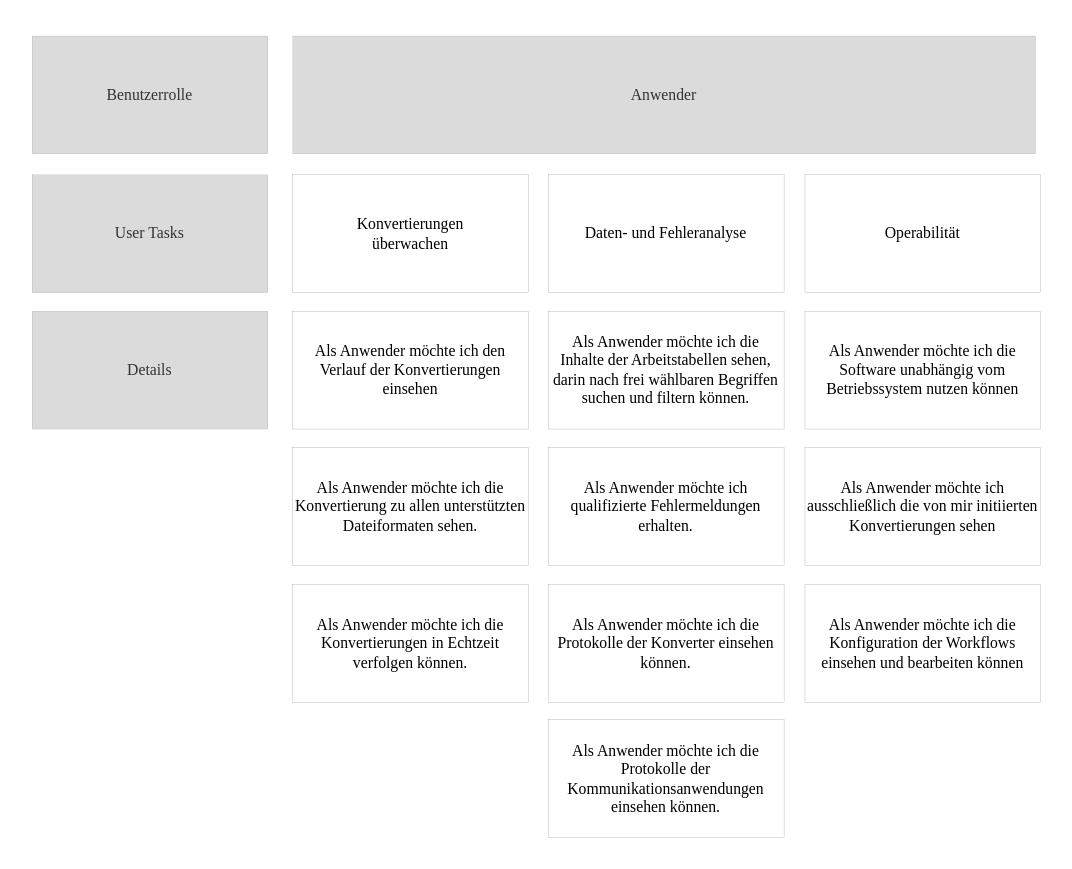
MikeW2022/Praxisprojekt keeps this draw.io diagram as storyMap.drawio. Above is the earlier version. Source tidied: cells renumbered, new cells numbered last; positions are measured from the earlier drawing's top-left corner, leaving out a move shared by most shapes. Both pictures are drawn from the tidied source at 131%, with x=0, y=0 at pixel (31, 35).
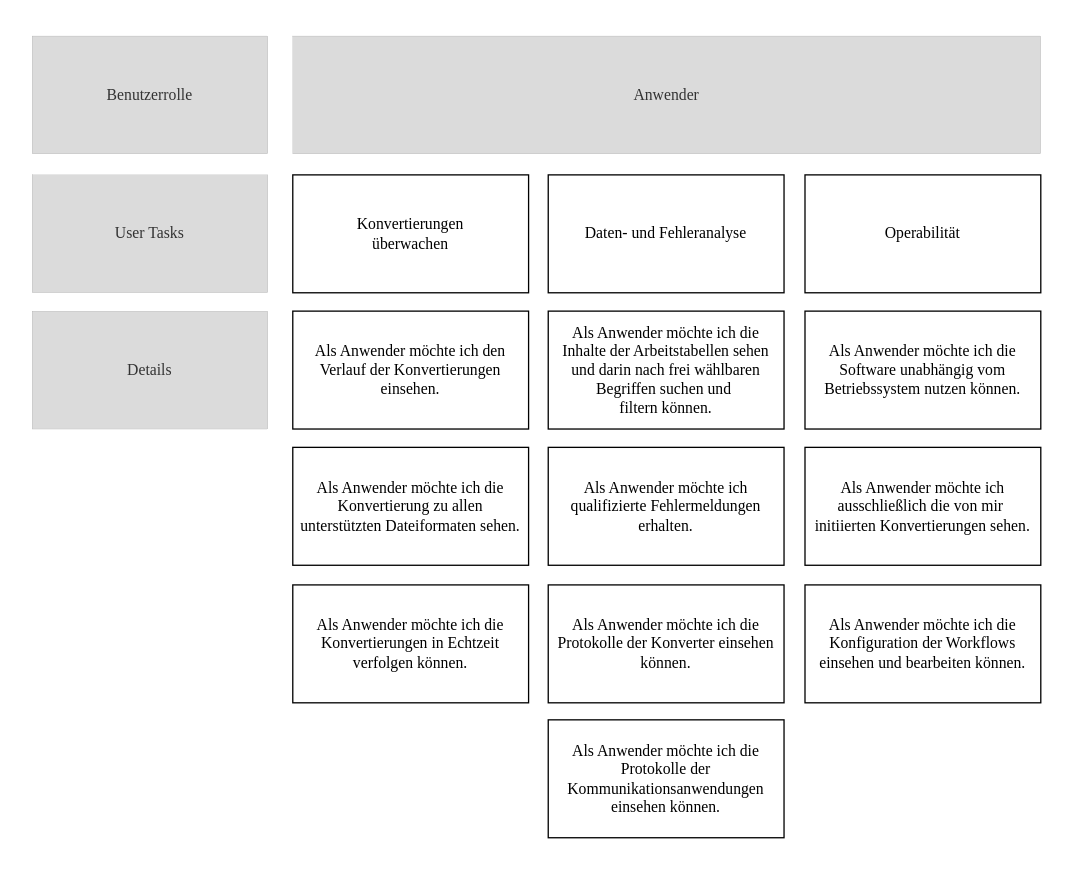
The same diagram, later.

Diff of the diagram source:
```diff
@@
-    <mxCell id="2" value="Benutzerrolle" style="rounded=0;whiteSpace=wrap;html=1;fillColor=#DBDBDB;fontColor=#333333;strokeColor=#666666;fontFamily=Times New Roman;fontSize=12;strokeWidth=0;" parent="1" vertex="1">
+    <mxCell id="2" value="Benutzerrolle" style="rounded=0;whiteSpace=wrap;html=1;fillColor=#DBDBDB;fontColor=#333333;strokeColor=#666666;fontFamily=Times New Roman;fontSize=12;strokeWidth=0;fontStyle=0;" parent="1" vertex="1">
       <mxGeometry width="180" height="90" as="geometry" />
     </mxCell>
-    <mxCell id="3" value="User Tasks" style="rounded=0;whiteSpace=wrap;html=1;fontFamily=Times New Roman;fillColor=#DBDBDB;fontColor=#333333;strokeColor=#666666;fontSize=12;strokeWidth=0;" parent="1" vertex="1">
+    <mxCell id="3" value="User Tasks" style="rounded=0;whiteSpace=wrap;html=1;fontFamily=Times New Roman;fillColor=#DBDBDB;fontColor=#333333;strokeColor=#666666;fontSize=12;strokeWidth=0;fontStyle=0;" parent="1" vertex="1">
       <mxGeometry y="106" width="180" height="90" as="geometry" />
     </mxCell>
-    <mxCell id="4" value="Details" style="rounded=0;whiteSpace=wrap;html=1;fontFamily=Times New Roman;fillColor=#DBDBDB;fontColor=#333333;strokeColor=#666666;fontSize=12;strokeWidth=0;" parent="1" vertex="1">
+    <mxCell id="4" value="Details" style="rounded=0;whiteSpace=wrap;html=1;fontFamily=Times New Roman;fillColor=#DBDBDB;fontColor=#333333;strokeColor=#666666;fontSize=12;strokeWidth=0;fontStyle=0;" parent="1" vertex="1">
       <mxGeometry y="210" width="180" height="90" as="geometry" />
     </mxCell>
-    <mxCell id="5" value="Anwender" style="rounded=0;whiteSpace=wrap;html=1;fillColor=#DBDBDB;fontColor=#333333;strokeColor=#666666;fontFamily=Times New Roman;fontSize=12;strokeWidth=0;" parent="1" vertex="1">
-      <mxGeometry x="199" width="567" height="90" as="geometry" />
+    <mxCell id="5" value="Anwender" style="rounded=0;whiteSpace=wrap;html=1;fillColor=#DBDBDB;fontColor=#333333;strokeColor=#666666;fontFamily=Times New Roman;fontSize=12;strokeWidth=0;fontStyle=0;" parent="1" vertex="1">
+      <mxGeometry x="199" width="571" height="90" as="geometry" />
     </mxCell>
-    <mxCell id="6" value="&lt;p style=&quot;font-size: 12px;&quot;&gt;Konvertierungen&lt;br style=&quot;font-size: 12px;&quot;&gt;&lt;span style=&quot;font-size: 12px;&quot;&gt;überwachen&lt;/span&gt;&lt;/p&gt;" style="rounded=0;whiteSpace=wrap;html=1;fontFamily=Times New Roman;fontSize=12;strokeWidth=0;" parent="1" vertex="1">
+    <mxCell id="6" value="&lt;p style=&quot;font-size: 12px;&quot;&gt;Konvertierungen&lt;br style=&quot;font-size: 12px;&quot;&gt;&lt;span style=&quot;font-size: 12px;&quot;&gt;überwachen&lt;/span&gt;&lt;/p&gt;" style="rounded=0;whiteSpace=wrap;html=1;fontFamily=Times New Roman;fontSize=12;strokeWidth=1;fontStyle=0;" parent="1" vertex="1">
       <mxGeometry x="199" y="106" width="180" height="90" as="geometry" />
     </mxCell>
-    <mxCell id="7" value="&lt;p style=&quot;font-size: 12px;&quot;&gt;Daten- und Fehleranalyse&lt;br style=&quot;font-size: 12px;&quot;&gt;&lt;/p&gt;" style="rounded=0;whiteSpace=wrap;html=1;fontFamily=Times New Roman;fontSize=12;strokeWidth=0;" parent="1" vertex="1">
+    <mxCell id="7" value="&lt;p style=&quot;font-size: 12px;&quot;&gt;Daten- und Fehleranalyse&lt;br style=&quot;font-size: 12px;&quot;&gt;&lt;/p&gt;" style="rounded=0;whiteSpace=wrap;html=1;fontFamily=Times New Roman;fontSize=12;strokeWidth=1;fontStyle=0;" parent="1" vertex="1">
       <mxGeometry x="394" y="106" width="180" height="90" as="geometry" />
     </mxCell>
-    <mxCell id="8" value="&lt;p style=&quot;font-size: 12px;&quot;&gt;Operabilität&lt;br style=&quot;font-size: 12px;&quot;&gt;&lt;/p&gt;" style="rounded=0;whiteSpace=wrap;html=1;fontFamily=Times New Roman;fontSize=12;strokeWidth=0;" parent="1" vertex="1">
+    <mxCell id="8" value="&lt;p style=&quot;font-size: 12px;&quot;&gt;Operabilität&lt;br style=&quot;font-size: 12px;&quot;&gt;&lt;/p&gt;" style="rounded=0;whiteSpace=wrap;html=1;fontFamily=Times New Roman;fontSize=12;strokeWidth=1;fontStyle=0;" parent="1" vertex="1">
       <mxGeometry x="590" y="106" width="180" height="90" as="geometry" />
     </mxCell>
-    <mxCell id="9" value="&lt;p style=&quot;font-size: 12px;&quot;&gt;Als Anwender möchte ich den Verlauf der&amp;nbsp;&lt;span style=&quot;font-size: 12px;&quot;&gt;Konvertierungen einsehen&lt;/span&gt;&lt;/p&gt;" style="rounded=0;whiteSpace=wrap;html=1;fontFamily=Times New Roman;fontSize=12;strokeWidth=0;" parent="1" vertex="1">
+    <mxCell id="9" value="&lt;p style=&quot;font-size: 12px&quot;&gt;Als Anwender möchte ich den Verlauf der&amp;nbsp;&lt;span style=&quot;font-size: 12px&quot;&gt;Konvertierungen einsehen.&lt;/span&gt;&lt;/p&gt;" style="rounded=0;whiteSpace=wrap;html=1;fontFamily=Times New Roman;fontSize=12;strokeWidth=1;fontStyle=0;" parent="1" vertex="1">
       <mxGeometry x="199" y="210" width="180" height="90" as="geometry" />
     </mxCell>
-    <mxCell id="10" value="&lt;p style=&quot;font-size: 12px;&quot;&gt;Als Anwender möchte ich die Inhalte der Arbeitstabellen sehen, darin nach frei wählbaren Begriffen suchen und filtern können.&lt;br style=&quot;font-size: 12px;&quot;&gt;&lt;/p&gt;" style="rounded=0;whiteSpace=wrap;html=1;fontFamily=Times New Roman;fontSize=12;strokeWidth=0;" parent="1" vertex="1">
+    <mxCell id="10" value="&lt;p style=&quot;font-size: 12px&quot;&gt;Als Anwender möchte ich die Inhalte der Arbeitstabellen sehen und darin nach frei wählbaren Begriffen suchen und&amp;nbsp;&lt;br&gt;&lt;span&gt;filtern können.&lt;/span&gt;&lt;/p&gt;" style="rounded=0;whiteSpace=wrap;html=1;fontFamily=Times New Roman;fontSize=12;strokeWidth=1;fontStyle=0;" parent="1" vertex="1">
       <mxGeometry x="394" y="210" width="180" height="90" as="geometry" />
     </mxCell>
-    <mxCell id="11" value="&lt;p style=&quot;font-size: 12px;&quot;&gt;Als Anwender möchte ich die Konvertierung zu allen unterstützten Dateiformaten sehen.&lt;br style=&quot;font-size: 12px;&quot;&gt;&lt;/p&gt;" style="rounded=0;whiteSpace=wrap;html=1;fontFamily=Times New Roman;fontSize=12;strokeWidth=0;" parent="1" vertex="1">
+    <mxCell id="11" value="&lt;p style=&quot;font-size: 12px&quot;&gt;Als Anwender möchte ich die Konvertierung zu allen &lt;br&gt;unterstützten Dateiformaten sehen.&lt;br style=&quot;font-size: 12px&quot;&gt;&lt;/p&gt;" style="rounded=0;whiteSpace=wrap;html=1;fontFamily=Times New Roman;fontSize=12;strokeWidth=1;fontStyle=0;" parent="1" vertex="1">
       <mxGeometry x="199" y="314" width="180" height="90" as="geometry" />
     </mxCell>
-    <mxCell id="12" value="&lt;p style=&quot;font-size: 12px;&quot;&gt;Als Anwender möchte ich die Konvertierungen in Echtzeit verfolgen können.&lt;br style=&quot;font-size: 12px;&quot;&gt;&lt;/p&gt;" style="rounded=0;whiteSpace=wrap;html=1;fontFamily=Times New Roman;fontSize=12;strokeWidth=0;" parent="1" vertex="1">
+    <mxCell id="12" value="&lt;p style=&quot;font-size: 12px;&quot;&gt;Als Anwender möchte ich die Konvertierungen in Echtzeit verfolgen können.&lt;br style=&quot;font-size: 12px;&quot;&gt;&lt;/p&gt;" style="rounded=0;whiteSpace=wrap;html=1;fontFamily=Times New Roman;fontSize=12;strokeWidth=1;fontStyle=0;" parent="1" vertex="1">
       <mxGeometry x="199" y="419" width="180" height="90" as="geometry" />
     </mxCell>
-    <mxCell id="13" value="&lt;p style=&quot;font-size: 12px;&quot;&gt;Als Anwender möchte ich qualifizierte Fehlermeldungen erhalten.&lt;br style=&quot;font-size: 12px;&quot;&gt;&lt;/p&gt;" style="rounded=0;whiteSpace=wrap;html=1;fontFamily=Times New Roman;fontSize=12;strokeWidth=0;" parent="1" vertex="1">
+    <mxCell id="13" value="&lt;p style=&quot;font-size: 12px;&quot;&gt;Als Anwender möchte ich qualifizierte Fehlermeldungen erhalten.&lt;br style=&quot;font-size: 12px;&quot;&gt;&lt;/p&gt;" style="rounded=0;whiteSpace=wrap;html=1;fontFamily=Times New Roman;fontSize=12;strokeWidth=1;fontStyle=0;" parent="1" vertex="1">
       <mxGeometry x="394" y="314" width="180" height="90" as="geometry" />
     </mxCell>
-    <mxCell id="14" value="&lt;p style=&quot;font-size: 12px;&quot;&gt;Als Anwender möchte ich die Protokolle der Konverter einsehen können.&lt;br style=&quot;font-size: 12px;&quot;&gt;&lt;/p&gt;" style="rounded=0;whiteSpace=wrap;html=1;fontFamily=Times New Roman;fontSize=12;strokeWidth=0;" parent="1" vertex="1">
+    <mxCell id="14" value="&lt;p style=&quot;font-size: 12px;&quot;&gt;Als Anwender möchte ich die Protokolle der Konverter einsehen können.&lt;br style=&quot;font-size: 12px;&quot;&gt;&lt;/p&gt;" style="rounded=0;whiteSpace=wrap;html=1;fontFamily=Times New Roman;fontSize=12;strokeWidth=1;fontStyle=0;" parent="1" vertex="1">
       <mxGeometry x="394" y="419" width="180" height="90" as="geometry" />
     </mxCell>
-    <mxCell id="15" value="&lt;p style=&quot;font-size: 12px;&quot;&gt;Als Anwender möchte ich die Protokolle der Kommunikationsanwendungen einsehen können.&lt;br style=&quot;font-size: 12px;&quot;&gt;&lt;/p&gt;" style="rounded=0;whiteSpace=wrap;html=1;fontFamily=Times New Roman;fontSize=12;strokeWidth=0;" parent="1" vertex="1">
+    <mxCell id="15" value="&lt;p style=&quot;font-size: 12px;&quot;&gt;Als Anwender möchte ich die Protokolle der Kommunikationsanwendungen einsehen können.&lt;br style=&quot;font-size: 12px;&quot;&gt;&lt;/p&gt;" style="rounded=0;whiteSpace=wrap;html=1;fontFamily=Times New Roman;fontSize=12;strokeWidth=1;fontStyle=0;" parent="1" vertex="1">
       <mxGeometry x="394" y="522" width="180" height="90" as="geometry" />
     </mxCell>
-    <mxCell id="16" value="&lt;p style=&quot;font-size: 12px;&quot;&gt;Als Anwender möchte ich die Software unabhängig vom Betriebssystem nutzen können&lt;br style=&quot;font-size: 12px;&quot;&gt;&lt;/p&gt;" style="rounded=0;whiteSpace=wrap;html=1;fontFamily=Times New Roman;fontSize=12;strokeWidth=0;" parent="1" vertex="1">
+    <mxCell id="16" value="&lt;p style=&quot;font-size: 12px&quot;&gt;Als Anwender möchte ich die Software unabhängig vom Betriebssystem nutzen können.&lt;br style=&quot;font-size: 12px&quot;&gt;&lt;/p&gt;" style="rounded=0;whiteSpace=wrap;html=1;fontFamily=Times New Roman;fontSize=12;strokeWidth=1;fontStyle=0;" parent="1" vertex="1">
       <mxGeometry x="590" y="210" width="180" height="90" as="geometry" />
     </mxCell>
-    <mxCell id="17" value="&lt;p style=&quot;font-size: 12px;&quot;&gt;Als Anwender möchte ich ausschließlich die von mir initiierten Konvertierungen sehen&lt;br style=&quot;font-size: 12px;&quot;&gt;&lt;/p&gt;" style="rounded=0;whiteSpace=wrap;html=1;fontFamily=Times New Roman;fontSize=12;strokeWidth=0;" parent="1" vertex="1">
+    <mxCell id="17" value="&lt;p style=&quot;font-size: 12px&quot;&gt;Als Anwender möchte ich ausschließlich die von mir&amp;nbsp;&lt;br&gt;&lt;span&gt;initiierten Konvertierungen sehen.&lt;/span&gt;&lt;/p&gt;" style="rounded=0;whiteSpace=wrap;html=1;fontFamily=Times New Roman;fontSize=12;strokeWidth=1;fontStyle=0;" parent="1" vertex="1">
       <mxGeometry x="590" y="314" width="180" height="90" as="geometry" />
     </mxCell>
-    <mxCell id="18" value="&lt;p style=&quot;font-size: 12px;&quot;&gt;Als Anwender möchte ich die Konfiguration der Workflows einsehen und bearbeiten können&lt;br style=&quot;font-size: 12px;&quot;&gt;&lt;/p&gt;" style="rounded=0;whiteSpace=wrap;html=1;fontFamily=Times New Roman;fontSize=12;strokeWidth=0;" parent="1" vertex="1">
+    <mxCell id="18" value="&lt;p style=&quot;font-size: 12px&quot;&gt;Als Anwender möchte ich die Konfiguration der Workflows einsehen und bearbeiten können.&lt;br style=&quot;font-size: 12px&quot;&gt;&lt;/p&gt;" style="rounded=0;whiteSpace=wrap;html=1;fontFamily=Times New Roman;fontSize=12;strokeWidth=1;fontStyle=0;" parent="1" vertex="1">
       <mxGeometry x="590" y="419" width="180" height="90" as="geometry" />
     </mxCell>
-    <mxCell id="19" value="&amp;nbsp;" style="text;html=1;align=center;verticalAlign=middle;strokeColor=none;fillColor=none;fontSize=7;" parent="1" vertex="1">
-      <mxGeometry x="416" y="607" width="20" height="10" as="geometry" />
+    <mxCell id="19" value="&amp;nbsp;" style="text;html=1;align=center;verticalAlign=middle;strokeColor=none;fillColor=none;fontSize=7;fontStyle=0;" parent="1" vertex="1">
+      <mxGeometry x="416" y="609" width="20" height="10" as="geometry" />
     </mxCell>
-    <mxCell id="20" value="&amp;nbsp;" style="text;html=1;align=left;verticalAlign=middle;strokeColor=none;fillColor=none;fontSize=7;rotation=90;" parent="1" vertex="1">
-      <mxGeometry x="760" y="260" width="20" height="10" as="geometry" />
+    <mxCell id="20" value="&amp;nbsp;" style="text;html=1;align=left;verticalAlign=middle;strokeColor=none;fillColor=none;fontSize=7;rotation=90;fontStyle=0;" parent="1" vertex="1">
+      <mxGeometry x="762" y="260" width="20" height="10" as="geometry" />
     </mxCell>
+    <mxCell id="21" value="&amp;nbsp;" style="text;html=1;align=left;verticalAlign=middle;strokeColor=none;fillColor=none;fontStyle=0;" parent="1" vertex="1">
+      <mxGeometry x="-7" y="160" width="20" height="20" as="geometry" />
+    </mxCell>
+    <mxCell id="22" value="&amp;nbsp;" style="text;html=1;align=left;verticalAlign=middle;strokeColor=none;fillColor=none;fontStyle=0;" parent="1" vertex="1">
+      <mxGeometry x="250" y="-10" width="20" height="20" as="geometry" />
+    </mxCell>
```
